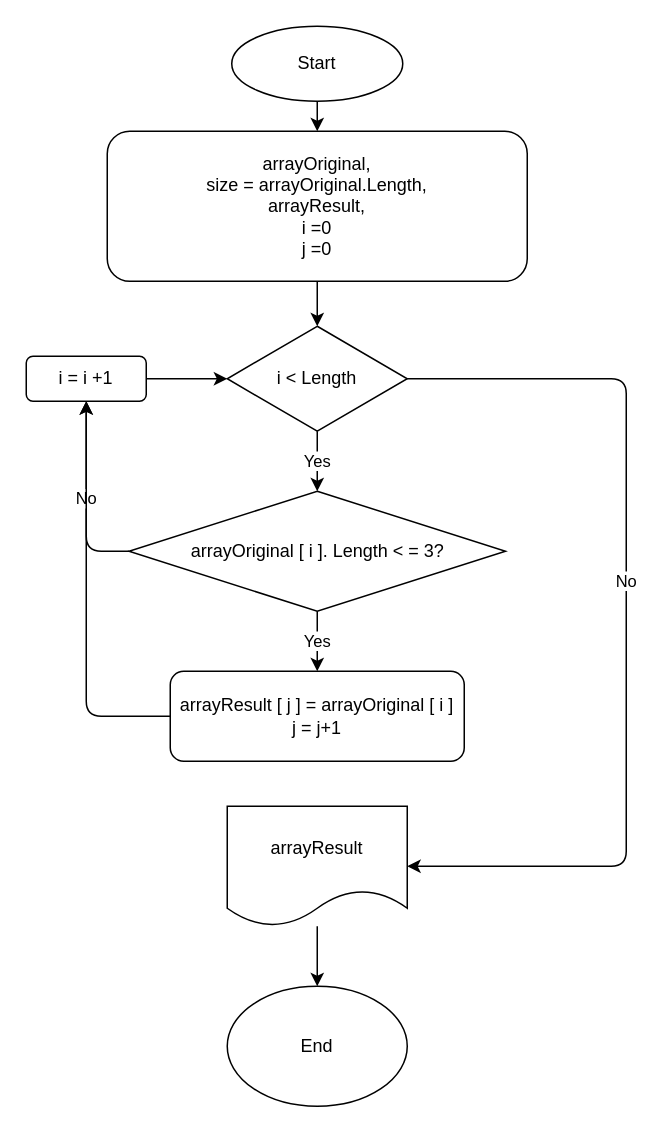
Before: flowchart.drawio in ZinaidaKoroleva/Final-work, a draw.io diagram. Source tidied: cells renumbered, new cells numbered last; positions are measured from the earlier drawing's top-left corner, leaving out a move shared by most shapes. Both pictures are drawn from the tidied source at 150%, with x=0, y=0 at pixel (26, 26).
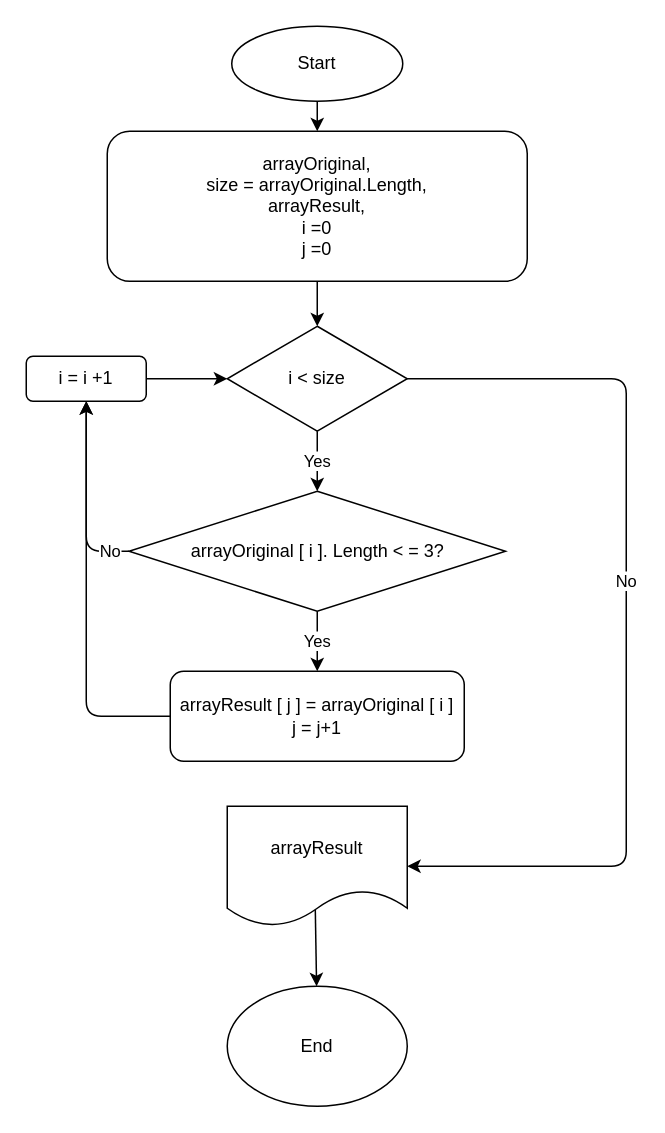
Above is the later version.

Unchanged cells that the change refers to:
```xml
<mxCell id="11" value="arrayOriginal [ i ]. Length &amp;lt; = 3?" style="rhombus;whiteSpace=wrap;html=1;" parent="1" vertex="1">
  <mxGeometry x="68.5" y="310" width="251" height="80" as="geometry" />
</mxCell>
<mxCell id="15" value="i = i +1" style="rounded=1;whiteSpace=wrap;html=1;" parent="1" vertex="1">
  <mxGeometry y="220" width="80" height="30" as="geometry" />
</mxCell>
<mxCell id="17" value="arrayResult" style="shape=document;whiteSpace=wrap;html=1;boundedLbl=1;" parent="1" vertex="1">
  <mxGeometry x="134" y="520" width="120" height="80" as="geometry" />
</mxCell>
<mxCell id="18" value="End" style="ellipse;whiteSpace=wrap;html=1;" parent="1" vertex="1">
  <mxGeometry x="134" y="640" width="120" height="80" as="geometry" />
</mxCell>
```

Change to the diagram source:
```diff
@@
-    <mxCell id="8" value="&lt;span&gt;i &amp;lt; Length&lt;/span&gt;" style="rhombus;whiteSpace=wrap;html=1;" parent="1" vertex="1">
+    <mxCell id="8" value="&lt;span&gt;i &amp;lt; size&lt;/span&gt;" style="rhombus;whiteSpace=wrap;html=1;" parent="1" vertex="1">
       <mxGeometry x="134" y="200" width="120" height="70" as="geometry" />
     </mxCell>
@@
     <mxCell id="10" value="No" style="edgeStyle=none;html=1;exitX=0;exitY=0.5;exitDx=0;exitDy=0;entryX=0.5;entryY=1;entryDx=0;entryDy=0;" parent="1" edge="1" source="11" target="15">
-      <mxGeometry relative="1" as="geometry">
+      <mxGeometry x="-0.79" relative="1" as="geometry">
         <Array as="points">
           <mxPoint x="40" y="350" />
         </Array>
       </mxGeometry>
     </mxCell>
@@
-    <mxCell id="16" style="edgeStyle=none;html=1;" parent="1" edge="1" source="17" target="18">
+    <mxCell id="16" style="edgeStyle=none;html=1;exitX=0.489;exitY=0.846;exitDx=0;exitDy=0;exitPerimeter=0;" parent="1" edge="1" source="17" target="18">
       <mxGeometry relative="1" as="geometry" />
     </mxCell>
```
